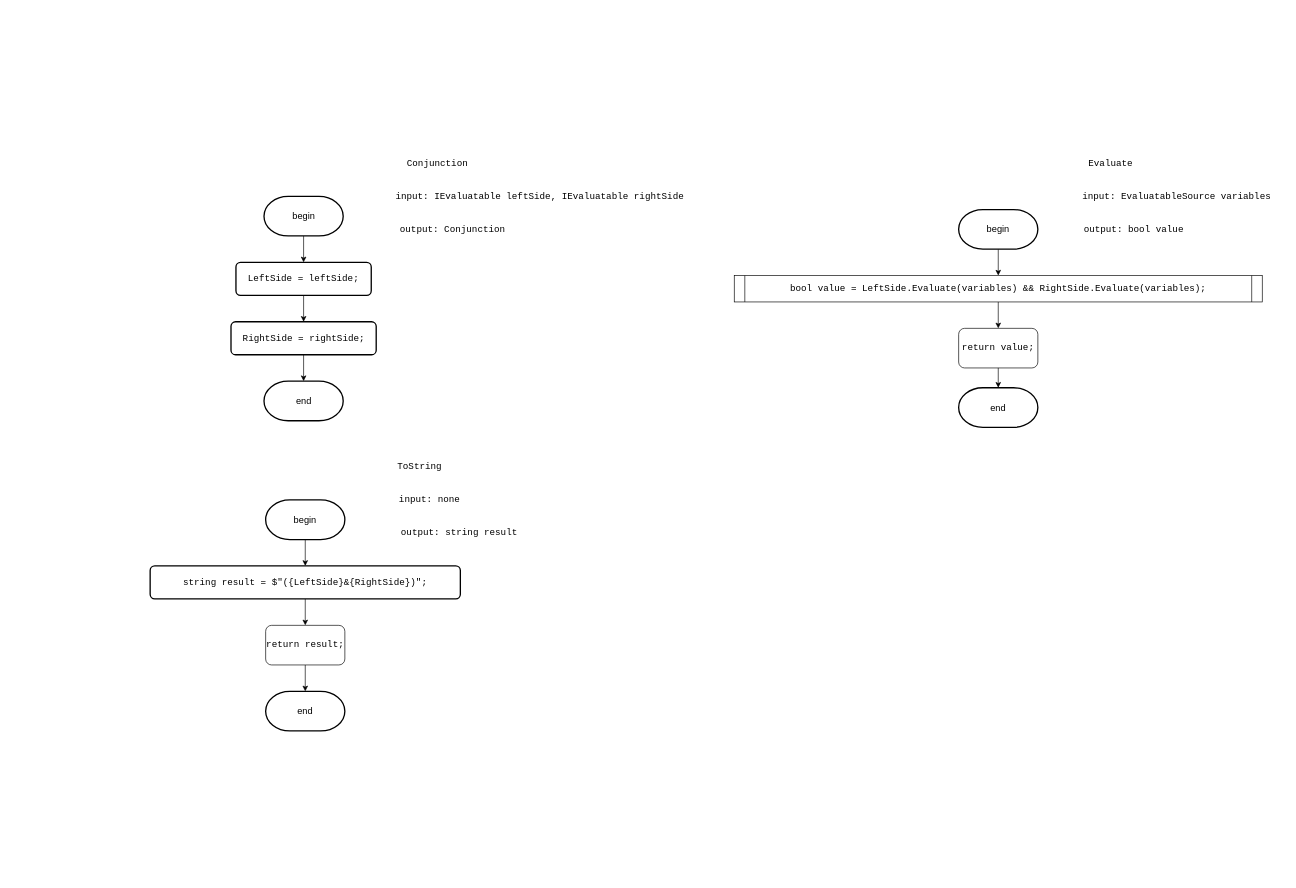
This is Diagrams/conjunction.drawio from slavikovics/FictionalVariables, a draw.io file, before an edit. Source tidied: cells renumbered, new cells numbered last; positions are measured from the earlier drawing's top-left corner, leaving out a move shared by most shapes. Both pictures are drawn from the tidied source at 66%, with x=0, y=0 at pixel (150, 143).
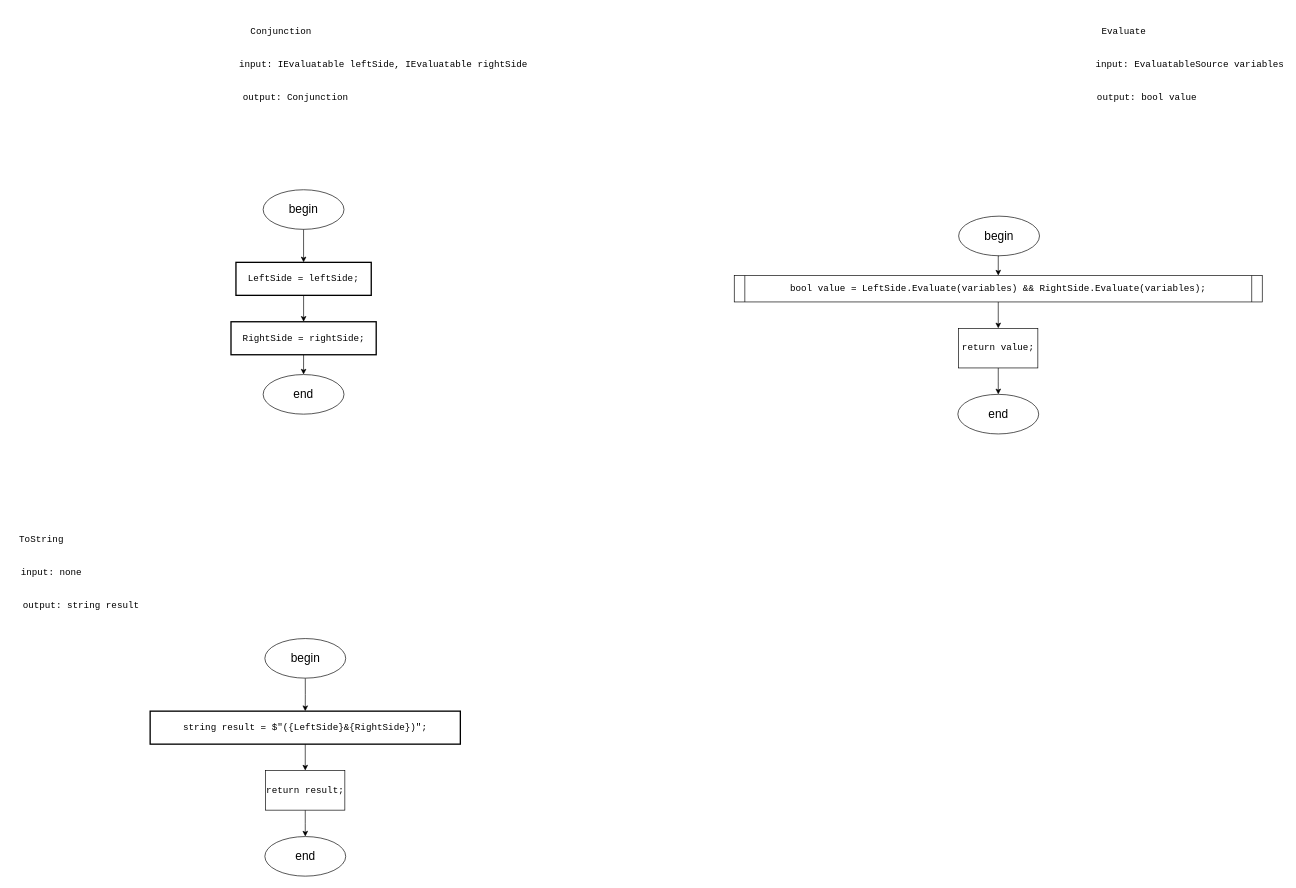
After the change.

The change refers to these unchanged cells:
```xml
<mxCell id="27" value="&lt;pre style=&quot;font-family: &amp;quot;JetBrains Mono&amp;quot;, monospace;&quot;&gt;&lt;span style=&quot;&quot;&gt;bool &lt;/span&gt;&lt;span style=&quot;&quot;&gt;value &lt;/span&gt;= LeftSide.&lt;span style=&quot;&quot;&gt;Evaluate&lt;/span&gt;(&lt;span style=&quot;&quot;&gt;variables&lt;/span&gt;) &amp;amp;&amp;amp; RightSide.&lt;span style=&quot;&quot;&gt;Evaluate&lt;/span&gt;(&lt;span style=&quot;&quot;&gt;variables&lt;/span&gt;);&lt;/pre&gt;" style="shape=process;whiteSpace=wrap;html=1;backgroundOutline=1;size=0.0202020202020202;fontSize=14;fontColor=#000000;labelBackgroundColor=none;" parent="1" vertex="1">
  <mxGeometry x="885" y="200" width="800" height="40" as="geometry" />
</mxCell>
```

Change to the diagram source:
```diff
@@
     <mxCell id="2" value="&lt;div&gt;&lt;pre style=&quot;font-family: &amp;quot;JetBrains Mono&amp;quot;, monospace;&quot;&gt;&lt;font style=&quot;&quot;&gt;Conjunction&lt;/font&gt;&lt;/pre&gt;&lt;/div&gt;" style="text;html=1;align=center;verticalAlign=middle;strokeColor=none;fillColor=none;fontSize=14;fontColor=#000000;labelBackgroundColor=none;" parent="1" vertex="1">
-      <mxGeometry x="380" width="110" height="60" as="geometry" />
+      <mxGeometry x="142.5" y="-200" width="110" height="60" as="geometry" />
     </mxCell>
-    <mxCell id="3" style="edgeStyle=orthogonalEdgeStyle;rounded=0;jettySize=auto;html=1;exitX=0.5;exitY=1;exitDx=0;exitDy=0;exitPerimeter=0;entryX=0.5;entryY=0;entryDx=0;entryDy=0;fontSize=14;fontColor=#000000;labelBackgroundColor=none;" parent="1" edge="1" source="4" target="6">
-      <mxGeometry relative="1" as="geometry" />
-    </mxCell>
-    <mxCell id="4" value="begin" style="strokeWidth=2;html=1;shape=mxgraph.flowchart.terminator;whiteSpace=wrap;fontSize=14;fontColor=#000000;labelBackgroundColor=none;" parent="1" vertex="1">
-      <mxGeometry x="172.5" y="80" width="120" height="60" as="geometry" />
-    </mxCell>
@@
-    <mxCell id="6" value="&lt;div style=&quot;&quot;&gt;&lt;pre style=&quot;font-family: &amp;quot;JetBrains Mono&amp;quot;, monospace;&quot;&gt;LeftSide = &lt;span style=&quot;&quot;&gt;leftSide&lt;/span&gt;;&lt;/pre&gt;&lt;/div&gt;" style="rounded=1;whiteSpace=wrap;html=1;absoluteArcSize=1;arcSize=14;strokeWidth=2;fontSize=14;fontColor=#000000;labelBackgroundColor=none;" parent="1" vertex="1">
+    <mxCell id="6" value="&lt;div style=&quot;&quot;&gt;&lt;pre style=&quot;font-family: &amp;quot;JetBrains Mono&amp;quot;, monospace;&quot;&gt;LeftSide = &lt;span style=&quot;&quot;&gt;leftSide&lt;/span&gt;;&lt;/pre&gt;&lt;/div&gt;" style="rounded=0;whiteSpace=wrap;html=1;absoluteArcSize=1;arcSize=14;strokeWidth=2;fontSize=14;fontColor=#000000;labelBackgroundColor=none;" parent="1" vertex="1">
       <mxGeometry x="130" y="180" width="205" height="50" as="geometry" />
     </mxCell>
+    <mxCell id="32" style="edgeStyle=orthogonalEdgeStyle;rounded=0;jettySize=auto;html=1;exitX=0.5;exitY=1;exitDx=0;exitDy=0;entryX=0.5;entryY=0;entryDx=0;entryDy=0;" parent="1" edge="1" source="7" target="37">
+      <mxGeometry relative="1" as="geometry" />
+    </mxCell>
-    <mxCell id="7" value="&lt;div style=&quot;&quot;&gt;&lt;pre style=&quot;font-family: &amp;quot;JetBrains Mono&amp;quot;, monospace;&quot;&gt;&lt;div&gt;&lt;pre style=&quot;font-family: &amp;quot;JetBrains Mono&amp;quot;, monospace;&quot;&gt;RightSide = &lt;span style=&quot;&quot;&gt;rightSide&lt;/span&gt;;&lt;/pre&gt;&lt;/div&gt;&lt;/pre&gt;&lt;/div&gt;" style="rounded=1;whiteSpace=wrap;html=1;absoluteArcSize=1;arcSize=14;strokeWidth=2;fontSize=14;fontColor=#000000;labelBackgroundColor=none;" parent="1" vertex="1">
+    <mxCell id="7" value="&lt;div style=&quot;&quot;&gt;&lt;pre style=&quot;font-family: &amp;quot;JetBrains Mono&amp;quot;, monospace;&quot;&gt;&lt;div&gt;&lt;pre style=&quot;font-family: &amp;quot;JetBrains Mono&amp;quot;, monospace;&quot;&gt;RightSide = &lt;span style=&quot;&quot;&gt;rightSide&lt;/span&gt;;&lt;/pre&gt;&lt;/div&gt;&lt;/pre&gt;&lt;/div&gt;" style="rounded=0;whiteSpace=wrap;html=1;absoluteArcSize=1;arcSize=14;strokeWidth=2;fontSize=14;fontColor=#000000;labelBackgroundColor=none;" parent="1" vertex="1">
       <mxGeometry x="122.5" y="270" width="220" height="50" as="geometry" />
     </mxCell>
     <mxCell id="8" value="&lt;pre style=&quot;font-family: &amp;quot;JetBrains Mono&amp;quot;, monospace;&quot;&gt;input: IEvaluatable leftSide, IEvaluatable rightSide&lt;/pre&gt;" style="text;html=1;align=center;verticalAlign=middle;strokeColor=none;fillColor=none;fontSize=14;fontColor=#000000;labelBackgroundColor=none;" parent="1" vertex="1">
-      <mxGeometry x="380" y="50" width="420" height="60" as="geometry" />
+      <mxGeometry x="142.5" y="-150" width="420" height="60" as="geometry" />
     </mxCell>
     <mxCell id="9" value="&lt;pre style=&quot;font-family: &amp;quot;JetBrains Mono&amp;quot;, monospace;&quot;&gt;output: Conjunction&lt;/pre&gt;" style="text;html=1;align=center;verticalAlign=middle;strokeColor=none;fillColor=none;fontSize=14;fontColor=#000000;labelBackgroundColor=none;" parent="1" vertex="1">
-      <mxGeometry x="372.5" y="100" width="170" height="60" as="geometry" />
+      <mxGeometry x="135" y="-100" width="170" height="60" as="geometry" />
     </mxCell>
-    <mxCell id="10" value="end" style="strokeWidth=2;html=1;shape=mxgraph.flowchart.terminator;whiteSpace=wrap;fontSize=14;fontColor=#000000;labelBackgroundColor=none;" parent="1" vertex="1">
-      <mxGeometry x="172.5" y="360" width="120" height="60" as="geometry" />
-    </mxCell>
-    <mxCell id="11" style="edgeStyle=orthogonalEdgeStyle;rounded=0;jettySize=auto;html=1;exitX=0.5;exitY=1;exitDx=0;exitDy=0;entryX=0.5;entryY=0;entryDx=0;entryDy=0;entryPerimeter=0;fontSize=14;fontColor=#000000;labelBackgroundColor=none;" parent="1" edge="1" source="7" target="10">
-      <mxGeometry relative="1" as="geometry" />
-    </mxCell>
     <mxCell id="12" value="&lt;pre style=&quot;font-family: &amp;quot;JetBrains Mono&amp;quot;, monospace;&quot;&gt;Evaluate&lt;/pre&gt;" style="text;html=1;align=center;verticalAlign=middle;strokeColor=none;fillColor=none;fontSize=14;fontColor=#000000;labelBackgroundColor=none;" parent="1" vertex="1">
-      <mxGeometry x="1410" width="90" height="60" as="geometry" />
+      <mxGeometry x="1430" y="-200" width="90" height="60" as="geometry" />
     </mxCell>
-    <mxCell id="13" style="edgeStyle=orthogonalEdgeStyle;rounded=0;jettySize=auto;html=1;exitX=0.5;exitY=1;exitDx=0;exitDy=0;exitPerimeter=0;entryX=0.5;entryY=0;entryDx=0;entryDy=0;fontSize=14;fontColor=#000000;labelBackgroundColor=none;" parent="1" edge="1" source="14" target="27">
-      <mxGeometry relative="1" as="geometry" />
-    </mxCell>
-    <mxCell id="14" value="begin" style="strokeWidth=2;html=1;shape=mxgraph.flowchart.terminator;whiteSpace=wrap;fontSize=14;fontColor=#000000;labelBackgroundColor=none;" parent="1" vertex="1">
-      <mxGeometry x="1225" y="100" width="120" height="60" as="geometry" />
-    </mxCell>
     <mxCell id="15" value="&lt;pre style=&quot;font-family: &amp;quot;JetBrains Mono&amp;quot;, monospace;&quot;&gt;input: EvaluatableSource &lt;span style=&quot;white-space-collapse: collapse;&quot;&gt;variables&lt;/span&gt;&lt;/pre&gt;" style="text;html=1;align=center;verticalAlign=middle;strokeColor=none;fillColor=none;fontSize=14;fontColor=#000000;labelBackgroundColor=none;" parent="1" vertex="1">
-      <mxGeometry x="1410" y="50" width="290" height="60" as="geometry" />
+      <mxGeometry x="1430" y="-150" width="290" height="60" as="geometry" />
     </mxCell>
     <mxCell id="16" value="&lt;pre style=&quot;font-family: &amp;quot;JetBrains Mono&amp;quot;, monospace;&quot;&gt;output: bool value&lt;/pre&gt;" style="text;html=1;align=center;verticalAlign=middle;strokeColor=none;fillColor=none;fontSize=14;fontColor=#000000;labelBackgroundColor=none;" parent="1" vertex="1">
-      <mxGeometry x="1410" y="100" width="160" height="60" as="geometry" />
+      <mxGeometry x="1430" y="-100" width="160" height="60" as="geometry" />
     </mxCell>
-    <mxCell id="17" value="end" style="strokeWidth=2;html=1;shape=mxgraph.flowchart.terminator;whiteSpace=wrap;fontSize=14;fontColor=#000000;labelBackgroundColor=none;" parent="1" vertex="1">
-      <mxGeometry x="1225" y="370" width="120" height="60" as="geometry" />
-    </mxCell>
     <mxCell id="18" value="&lt;pre style=&quot;font-family: &amp;quot;JetBrains Mono&amp;quot;, monospace;&quot;&gt;ToString&lt;/pre&gt;" style="text;html=1;align=center;verticalAlign=middle;strokeColor=none;fillColor=none;fontSize=14;fontColor=#000000;labelBackgroundColor=none;" parent="1" vertex="1">
-      <mxGeometry x="362.5" y="460" width="90" height="60" as="geometry" />
+      <mxGeometry x="-210" y="570" width="90" height="60" as="geometry" />
     </mxCell>
-    <mxCell id="19" style="edgeStyle=orthogonalEdgeStyle;rounded=0;jettySize=auto;html=1;exitX=0.5;exitY=1;exitDx=0;exitDy=0;exitPerimeter=0;entryX=0.5;entryY=0;entryDx=0;entryDy=0;fontSize=14;fontColor=#000000;labelBackgroundColor=none;" parent="1" edge="1" source="20" target="22">
-      <mxGeometry relative="1" as="geometry" />
-    </mxCell>
-    <mxCell id="20" value="begin" style="strokeWidth=2;html=1;shape=mxgraph.flowchart.terminator;whiteSpace=wrap;fontSize=14;fontColor=#000000;labelBackgroundColor=none;" parent="1" vertex="1">
-      <mxGeometry x="175" y="540" width="120" height="60" as="geometry" />
-    </mxCell>
@@
-    <mxCell id="22" value="&lt;div style=&quot;&quot;&gt;&lt;pre style=&quot;font-family: &amp;quot;JetBrains Mono&amp;quot;, monospace;&quot;&gt;&lt;pre style=&quot;font-family: &amp;quot;JetBrains Mono&amp;quot;, monospace;&quot;&gt;&lt;div&gt;&lt;pre style=&quot;font-family: &amp;quot;JetBrains Mono&amp;quot;, monospace;&quot;&gt;&lt;span style=&quot;&quot;&gt;string &lt;/span&gt;&lt;span style=&quot;&quot;&gt;result &lt;/span&gt;= &lt;span style=&quot;&quot;&gt;$&quot;(&lt;/span&gt;{LeftSide}&lt;span style=&quot;&quot;&gt;&amp;amp;&lt;/span&gt;{RightSide}&lt;span style=&quot;&quot;&gt;)&quot;&lt;/span&gt;;&lt;/pre&gt;&lt;/div&gt;&lt;/pre&gt;&lt;/pre&gt;&lt;/div&gt;" style="rounded=1;whiteSpace=wrap;html=1;absoluteArcSize=1;arcSize=14;strokeWidth=2;fontSize=14;fontColor=#000000;labelBackgroundColor=none;" parent="1" vertex="1">
-      <mxGeometry y="640" width="470" height="50" as="geometry" />
+    <mxCell id="22" value="&lt;div style=&quot;&quot;&gt;&lt;pre style=&quot;font-family: &amp;quot;JetBrains Mono&amp;quot;, monospace;&quot;&gt;&lt;pre style=&quot;font-family: &amp;quot;JetBrains Mono&amp;quot;, monospace;&quot;&gt;&lt;div&gt;&lt;pre style=&quot;font-family: &amp;quot;JetBrains Mono&amp;quot;, monospace;&quot;&gt;&lt;span style=&quot;&quot;&gt;string &lt;/span&gt;&lt;span style=&quot;&quot;&gt;result &lt;/span&gt;= &lt;span style=&quot;&quot;&gt;$&quot;(&lt;/span&gt;{LeftSide}&lt;span style=&quot;&quot;&gt;&amp;amp;&lt;/span&gt;{RightSide}&lt;span style=&quot;&quot;&gt;)&quot;&lt;/span&gt;;&lt;/pre&gt;&lt;/div&gt;&lt;/pre&gt;&lt;/pre&gt;&lt;/div&gt;" style="rounded=0;whiteSpace=wrap;html=1;absoluteArcSize=1;arcSize=14;strokeWidth=2;fontSize=14;fontColor=#000000;labelBackgroundColor=none;" parent="1" vertex="1">
+      <mxGeometry y="860" width="470" height="50" as="geometry" />
     </mxCell>
     <mxCell id="23" value="&lt;pre style=&quot;font-family: &amp;quot;JetBrains Mono&amp;quot;, monospace;&quot;&gt;input: none&lt;/pre&gt;" style="text;html=1;align=center;verticalAlign=middle;strokeColor=none;fillColor=none;fontSize=14;fontColor=#000000;labelBackgroundColor=none;" parent="1" vertex="1">
-      <mxGeometry x="367.5" y="510" width="110" height="60" as="geometry" />
+      <mxGeometry x="-205" y="620" width="110" height="60" as="geometry" />
     </mxCell>
     <mxCell id="24" value="&lt;pre style=&quot;font-family: &amp;quot;JetBrains Mono&amp;quot;, monospace;&quot;&gt;output: string result&lt;/pre&gt;" style="text;html=1;align=center;verticalAlign=middle;strokeColor=none;fillColor=none;fontSize=14;fontColor=#000000;labelBackgroundColor=none;" parent="1" vertex="1">
-      <mxGeometry x="372.5" y="560" width="190" height="60" as="geometry" />
+      <mxGeometry x="-200" y="670" width="190" height="60" as="geometry" />
     </mxCell>
-    <mxCell id="25" value="end" style="strokeWidth=2;html=1;shape=mxgraph.flowchart.terminator;whiteSpace=wrap;fontSize=14;fontColor=#000000;labelBackgroundColor=none;" parent="1" vertex="1">
-      <mxGeometry x="175" y="830" width="120" height="60" as="geometry" />
-    </mxCell>
@@
-    <mxCell id="28" style="edgeStyle=orthogonalEdgeStyle;rounded=0;jettySize=auto;html=1;exitX=0.5;exitY=1;exitDx=0;exitDy=0;fontSize=14;fontColor=#000000;labelBackgroundColor=none;" parent="1" edge="1" source="29" target="25">
-      <mxGeometry relative="1" as="geometry" />
-    </mxCell>
+    <mxCell id="33" style="edgeStyle=orthogonalEdgeStyle;rounded=0;jettySize=auto;html=1;exitX=0.5;exitY=1;exitDx=0;exitDy=0;entryX=0.5;entryY=0;entryDx=0;entryDy=0;" parent="1" edge="1" source="29" target="40">
+      <mxGeometry relative="1" as="geometry" />
+    </mxCell>
-    <mxCell id="29" value="&lt;div style=&quot;&quot;&gt;&lt;pre style=&quot;font-family: &amp;quot;JetBrains Mono&amp;quot;, monospace;&quot;&gt;&lt;span style=&quot;&quot;&gt;return &lt;/span&gt;result;&lt;/pre&gt;&lt;/div&gt;" style="rounded=1;whiteSpace=wrap;html=1;fontSize=14;fontColor=#000000;labelBackgroundColor=none;" parent="1" vertex="1">
-      <mxGeometry x="175" y="730" width="120" height="60" as="geometry" />
+    <mxCell id="29" value="&lt;div style=&quot;&quot;&gt;&lt;pre style=&quot;font-family: &amp;quot;JetBrains Mono&amp;quot;, monospace;&quot;&gt;&lt;span style=&quot;&quot;&gt;return &lt;/span&gt;result;&lt;/pre&gt;&lt;/div&gt;" style="rounded=0;whiteSpace=wrap;html=1;fontSize=14;fontColor=#000000;labelBackgroundColor=none;" parent="1" vertex="1">
+      <mxGeometry x="175" y="950" width="120" height="60" as="geometry" />
     </mxCell>
+    <mxCell id="34" style="edgeStyle=orthogonalEdgeStyle;rounded=0;jettySize=auto;html=1;exitX=0.5;exitY=1;exitDx=0;exitDy=0;" parent="1" edge="1" source="30" target="43">
+      <mxGeometry relative="1" as="geometry" />
+    </mxCell>
-    <mxCell id="30" value="&lt;div style=&quot;&quot;&gt;&lt;pre style=&quot;font-family: &amp;quot;JetBrains Mono&amp;quot;, monospace;&quot;&gt;&lt;span style=&quot;&quot;&gt;return &lt;/span&gt;value;&lt;/pre&gt;&lt;/div&gt;" style="rounded=1;whiteSpace=wrap;html=1;fontSize=14;fontColor=#000000;labelBackgroundColor=none;" parent="1" vertex="1">
+    <mxCell id="30" value="&lt;div style=&quot;&quot;&gt;&lt;pre style=&quot;font-family: &amp;quot;JetBrains Mono&amp;quot;, monospace;&quot;&gt;&lt;span style=&quot;&quot;&gt;return &lt;/span&gt;value;&lt;/pre&gt;&lt;/div&gt;" style="rounded=0;whiteSpace=wrap;html=1;fontSize=14;fontColor=#000000;labelBackgroundColor=none;" parent="1" vertex="1">
       <mxGeometry x="1225" y="280" width="120" height="60" as="geometry" />
     </mxCell>
-    <mxCell id="31" style="edgeStyle=orthogonalEdgeStyle;rounded=0;jettySize=auto;html=1;exitX=0.5;exitY=1;exitDx=0;exitDy=0;entryX=0.5;entryY=0;entryDx=0;entryDy=0;entryPerimeter=0;fontSize=14;fontColor=#000000;labelBackgroundColor=none;" parent="1" edge="1" source="30" target="17">
-      <mxGeometry relative="1" as="geometry" />
-    </mxCell>
+    <mxCell id="35" style="edgeStyle=orthogonalEdgeStyle;rounded=0;jettySize=auto;html=1;exitX=0.5;exitY=1;exitDx=0;exitDy=0;entryX=0.5;entryY=0;entryDx=0;entryDy=0;" parent="1" edge="1" source="36" target="6">
+      <mxGeometry relative="1" as="geometry" />
+    </mxCell>
+    <mxCell id="36" value="&lt;font style=&quot;font-size: 18px;&quot;&gt;begin&lt;/font&gt;" style="ellipse;whiteSpace=wrap;html=1;" parent="1" vertex="1">
+      <mxGeometry x="171.2" y="70" width="122.5" height="60" as="geometry" />
+    </mxCell>
+    <mxCell id="37" value="&lt;font style=&quot;font-size: 18px;&quot;&gt;end&lt;/font&gt;" style="ellipse;whiteSpace=wrap;html=1;" parent="1" vertex="1">
+      <mxGeometry x="171.2" y="350" width="122.5" height="60" as="geometry" />
+    </mxCell>
+    <mxCell id="38" style="edgeStyle=orthogonalEdgeStyle;rounded=0;jettySize=auto;html=1;exitX=0.5;exitY=1;exitDx=0;exitDy=0;entryX=0.5;entryY=0;entryDx=0;entryDy=0;" parent="1" edge="1" source="39" target="22">
+      <mxGeometry relative="1" as="geometry" />
+    </mxCell>
+    <mxCell id="39" value="&lt;font style=&quot;font-size: 18px;&quot;&gt;begin&lt;/font&gt;" style="ellipse;whiteSpace=wrap;html=1;" parent="1" vertex="1">
+      <mxGeometry x="173.8" y="750" width="122.5" height="60" as="geometry" />
+    </mxCell>
+    <mxCell id="40" value="&lt;font style=&quot;font-size: 18px;&quot;&gt;end&lt;/font&gt;" style="ellipse;whiteSpace=wrap;html=1;" parent="1" vertex="1">
+      <mxGeometry x="173.8" y="1050" width="122.5" height="60" as="geometry" />
+    </mxCell>
+    <mxCell id="41" style="edgeStyle=orthogonalEdgeStyle;rounded=0;jettySize=auto;html=1;exitX=0.5;exitY=1;exitDx=0;exitDy=0;entryX=0.5;entryY=0;entryDx=0;entryDy=0;" parent="1" edge="1" source="42" target="27">
+      <mxGeometry relative="1" as="geometry" />
+    </mxCell>
+    <mxCell id="42" value="&lt;font style=&quot;font-size: 18px;&quot;&gt;begin&lt;/font&gt;" style="ellipse;whiteSpace=wrap;html=1;" parent="1" vertex="1">
+      <mxGeometry x="1225" y="110" width="122.5" height="60" as="geometry" />
+    </mxCell>
+    <mxCell id="43" value="&lt;font style=&quot;font-size: 18px;&quot;&gt;end&lt;/font&gt;" style="ellipse;whiteSpace=wrap;html=1;" parent="1" vertex="1">
+      <mxGeometry x="1223.8" y="380" width="122.5" height="60" as="geometry" />
+    </mxCell>
```
